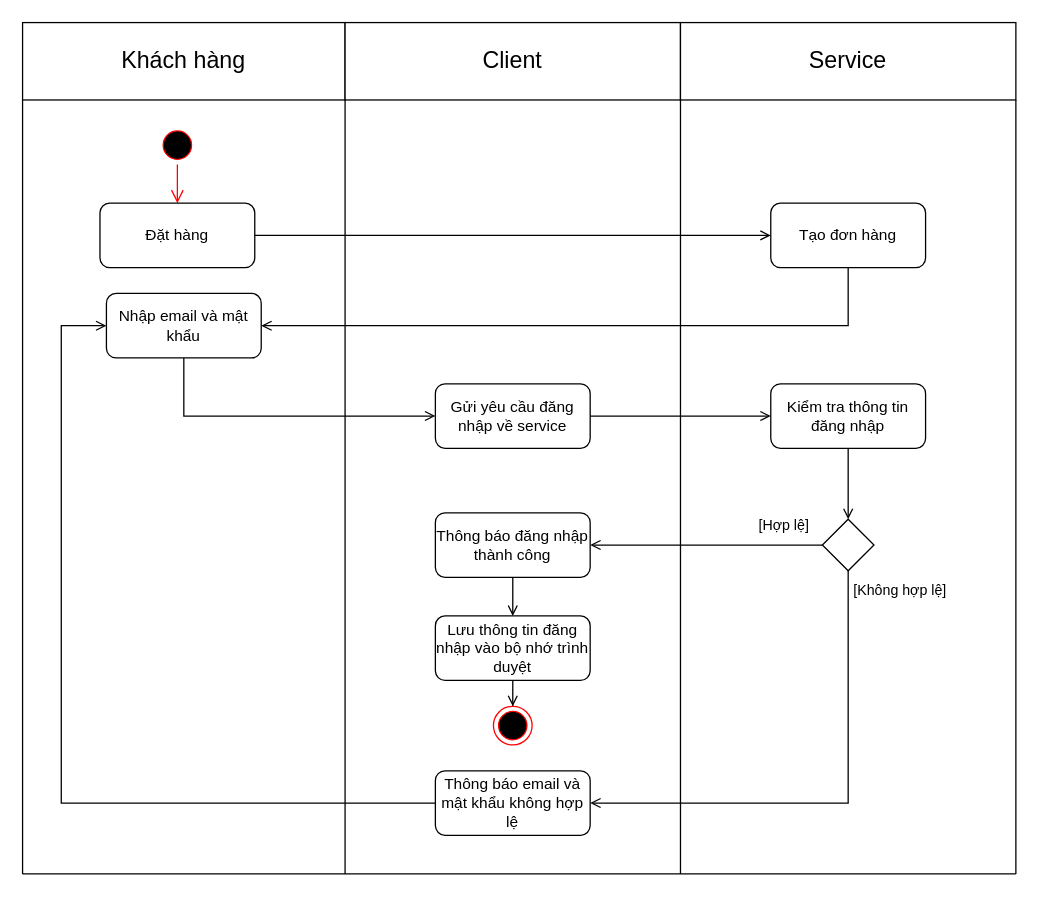
This is page "Activity Diagram (Đặt hàng)" (4 of 12) of document/diagram/PBL03.drawio from BlenDMinh/PBL03, a draw.io file, before an edit. Source tidied: cells renumbered, new cells numbered last; positions are measured from the earlier drawing's top-left corner, leaving out a move shared by most shapes. Both pictures are drawn from the tidied source at 129%, with x=0, y=0 at pixel (22, 22).
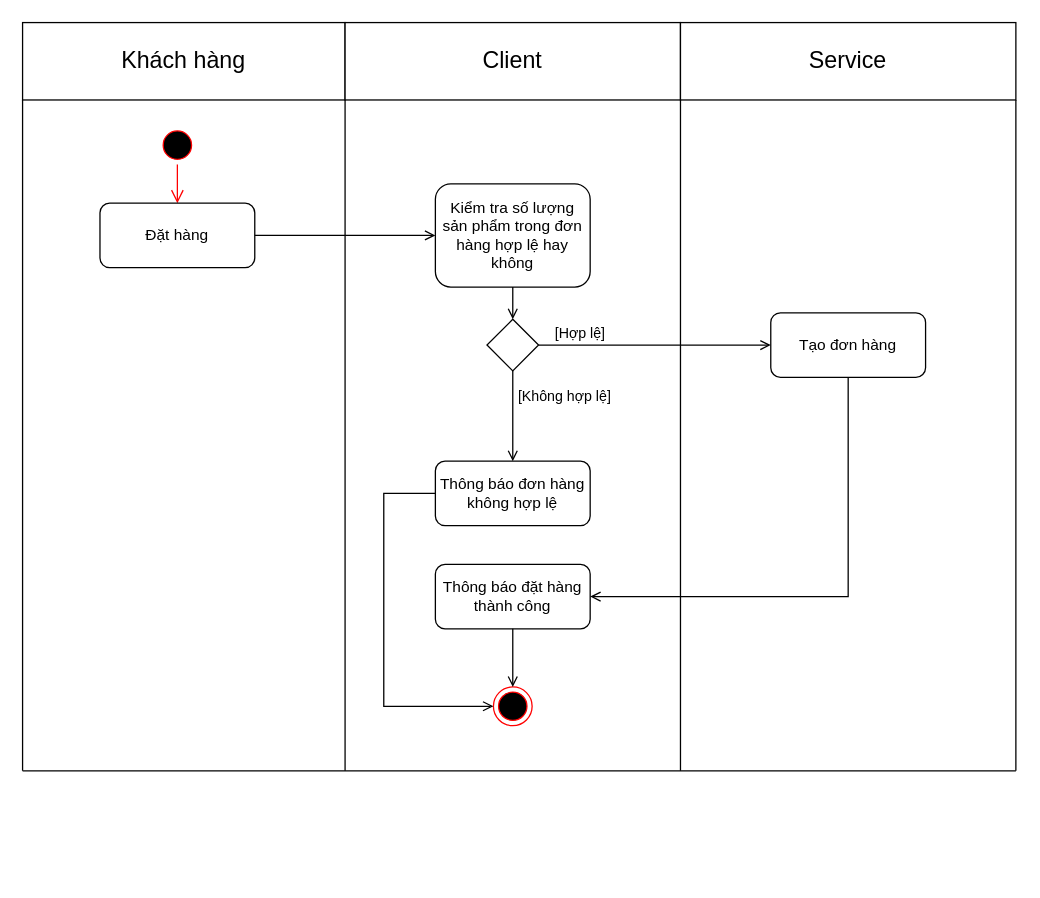
The same diagram, later.

Unchanged cells that the change refers to:
```xml
<mxCell id="5" value="&lt;font style=&quot;font-size: 18px;&quot;&gt;Khách hàng&lt;/font&gt;" style="rounded=0;whiteSpace=wrap;html=1;" parent="1" vertex="1">
  <mxGeometry width="250" height="60" as="geometry" />
</mxCell>
<mxCell id="6" value="&lt;font style=&quot;font-size: 18px;&quot;&gt;Client&lt;/font&gt;" style="rounded=0;whiteSpace=wrap;html=1;" parent="1" vertex="1">
  <mxGeometry x="250" width="260" height="60" as="geometry" />
</mxCell>
<mxCell id="7" value="&lt;font style=&quot;font-size: 18px;&quot;&gt;Service&lt;/font&gt;" style="rounded=0;whiteSpace=wrap;html=1;" parent="1" vertex="1">
  <mxGeometry x="510" width="260" height="60" as="geometry" />
</mxCell>
```

The edit, as a diff of the source:
```diff
@@
-    <mxCell id="8" value="Tạo đơn hàng" style="rounded=1;whiteSpace=wrap;html=1;" parent="1" vertex="1">
-      <mxGeometry x="580" y="140" width="120" height="50" as="geometry" />
+    <mxCell id="8" value="Kiểm tra số lượng sản phẩm trong đơn hàng hợp lệ hay không" style="rounded=1;whiteSpace=wrap;html=1;" parent="1" vertex="1">
+      <mxGeometry x="320" y="125" width="120" height="80" as="geometry" />
     </mxCell>
@@
-    <mxCell id="10" value="Nhập email và mật khẩu" style="rounded=1;whiteSpace=wrap;html=1;" parent="1" vertex="1">
-      <mxGeometry x="65" y="210" width="120" height="50" as="geometry" />
-    </mxCell>
-    <mxCell id="11" style="endArrow=open;html=1;rounded=0;exitX=0.5;exitY=1;exitDx=0;exitDy=0;entryX=1;entryY=0.5;entryDx=0;entryDy=0;endFill=0;edgeStyle=orthogonalEdgeStyle;" parent="1" edge="1" source="8" target="10">
-      <mxGeometry relative="1" as="geometry" />
-    </mxCell>
-    <mxCell id="12" style="endArrow=open;html=1;rounded=0;exitX=0.5;exitY=1;exitDx=0;exitDy=0;entryX=0;entryY=0.5;entryDx=0;entryDy=0;endFill=0;edgeStyle=orthogonalEdgeStyle;" parent="1" edge="1" source="10" target="13">
-      <mxGeometry relative="1" as="geometry" />
-    </mxCell>
-    <mxCell id="13" value="Gửi yêu cầu đăng nhập về service" style="rounded=1;whiteSpace=wrap;html=1;" parent="1" vertex="1">
-      <mxGeometry x="320" y="280" width="120" height="50" as="geometry" />
-    </mxCell>
-    <mxCell id="14" value="Kiểm tra thông tin đăng nhập" style="rounded=1;whiteSpace=wrap;html=1;" parent="1" vertex="1">
-      <mxGeometry x="580" y="280" width="120" height="50" as="geometry" />
-    </mxCell>
-    <mxCell id="15" style="endArrow=open;html=1;rounded=0;exitX=1;exitY=0.5;exitDx=0;exitDy=0;entryX=0;entryY=0.5;entryDx=0;entryDy=0;endFill=0;edgeStyle=orthogonalEdgeStyle;" parent="1" edge="1" source="13" target="14">
-      <mxGeometry relative="1" as="geometry">
-        <Array as="points">
-          <mxPoint x="560" y="305" />
-          <mxPoint x="560" y="305" />
-        </Array>
-      </mxGeometry>
-    </mxCell>
-    <mxCell id="16" style="rhombus;whiteSpace=wrap;html=1;" parent="1" vertex="1">
-      <mxGeometry x="620" y="385" width="40" height="40" as="geometry" />
-    </mxCell>
-    <mxCell id="17" style="endArrow=open;html=1;rounded=0;exitX=0.5;exitY=1;exitDx=0;exitDy=0;entryX=0.5;entryY=0;entryDx=0;entryDy=0;endFill=0;edgeStyle=orthogonalEdgeStyle;" parent="1" edge="1" source="14" target="16">
-      <mxGeometry relative="1" as="geometry" />
+    <mxCell id="17" value="[Không hợp lệ]" style="endArrow=open;html=1;rounded=0;exitX=0.5;exitY=1;exitDx=0;exitDy=0;entryX=0.5;entryY=0;entryDx=0;entryDy=0;endFill=0;edgeStyle=orthogonalEdgeStyle;" parent="1" edge="1" source="34" target="19">
+      <mxGeometry x="-0.43" y="40" relative="1" as="geometry" />
     </mxCell>
-    <mxCell id="18" value="[Hợp lệ]" style="endArrow=open;html=1;rounded=0;exitX=0;exitY=0.5;exitDx=0;exitDy=0;endFill=0;edgeStyle=orthogonalEdgeStyle;entryX=1;entryY=0.5;entryDx=0;entryDy=0;" parent="1" edge="1" source="16" target="19">
-      <mxGeometry x="-0.67" y="-15" relative="1" as="geometry" />
-    </mxCell>
-    <mxCell id="19" value="Thông báo đăng nhập thành công" style="rounded=1;whiteSpace=wrap;html=1;" parent="1" vertex="1">
-      <mxGeometry x="320" y="380" width="120" height="50" as="geometry" />
+    <mxCell id="19" value="Thông báo đơn hàng không hợp lệ" style="rounded=1;whiteSpace=wrap;html=1;" parent="1" vertex="1">
+      <mxGeometry x="320" y="340" width="120" height="50" as="geometry" />
     </mxCell>
-    <mxCell id="20" value="Thông báo email và mật khẩu không hợp lệ" style="rounded=1;whiteSpace=wrap;html=1;" parent="1" vertex="1">
-      <mxGeometry x="320" y="580" width="120" height="50" as="geometry" />
-    </mxCell>
-    <mxCell id="21" value="[Không hợp lệ]" style="endArrow=open;html=1;rounded=0;exitX=0.5;exitY=1;exitDx=0;exitDy=0;endFill=0;edgeStyle=orthogonalEdgeStyle;entryX=1;entryY=0.5;entryDx=0;entryDy=0;" parent="1" edge="1" source="16" target="20">
-      <mxGeometry x="-0.92" y="40" relative="1" as="geometry">
-        <Array as="points">
-          <mxPoint x="640" y="605" />
-        </Array>
-      </mxGeometry>
-    </mxCell>
-    <mxCell id="22" style="edgeStyle=orthogonalEdgeStyle;rounded=0;jettySize=auto;html=1;entryX=0.5;entryY=0;entryDx=0;entryDy=0;endArrow=open;endFill=0;" parent="1" edge="1" source="23" target="25">
-      <mxGeometry relative="1" as="geometry" />
-    </mxCell>
-    <mxCell id="23" value="Lưu thông tin đăng nhập vào bộ nhớ trình duyệt" style="rounded=1;whiteSpace=wrap;html=1;" parent="1" vertex="1">
-      <mxGeometry x="320" y="460" width="120" height="50" as="geometry" />
-    </mxCell>
-    <mxCell id="24" style="endArrow=open;html=1;rounded=0;exitX=0.5;exitY=1;exitDx=0;exitDy=0;endFill=0;edgeStyle=orthogonalEdgeStyle;entryX=0.5;entryY=0;entryDx=0;entryDy=0;" parent="1" edge="1" source="19" target="23">
-      <mxGeometry relative="1" as="geometry" />
-    </mxCell>
-    <mxCell id="25" style="ellipse;html=1;shape=endState;fillColor=#000000;strokeColor=#ff0000;" parent="1" vertex="1">
-      <mxGeometry x="365" y="530" width="30" height="30" as="geometry" />
-    </mxCell>
-    <mxCell id="26" style="endArrow=open;html=1;rounded=0;exitX=0;exitY=0.5;exitDx=0;exitDy=0;endFill=0;edgeStyle=orthogonalEdgeStyle;entryX=0;entryY=0.5;entryDx=0;entryDy=0;" parent="1" edge="1" source="20" target="10">
-      <mxGeometry relative="1" as="geometry">
-        <Array as="points">
-          <mxPoint x="30" y="605" />
-          <mxPoint x="30" y="235" />
-        </Array>
-      </mxGeometry>
-    </mxCell>
     <mxCell id="27" style="endArrow=none;html=1;rounded=0;entryX=0;entryY=1;entryDx=0;entryDy=0;" parent="1" edge="1" target="5">
       <mxGeometry relative="1" as="geometry">
-        <mxPoint y="660" as="sourcePoint" />
+        <mxPoint y="580" as="sourcePoint" />
       </mxGeometry>
     </mxCell>
     <mxCell id="28" style="endArrow=none;html=1;rounded=0;entryX=1;entryY=1;entryDx=0;entryDy=0;" parent="1" edge="1" target="5">
       <mxGeometry relative="1" as="geometry">
-        <mxPoint x="250" y="660" as="sourcePoint" />
+        <mxPoint x="250" y="580" as="sourcePoint" />
       </mxGeometry>
     </mxCell>
     <mxCell id="29" style="endArrow=none;html=1;rounded=0;entryX=1;entryY=1;entryDx=0;entryDy=0;" parent="1" edge="1" target="6">
       <mxGeometry relative="1" as="geometry">
-        <mxPoint x="510" y="660" as="sourcePoint" />
+        <mxPoint x="510" y="580" as="sourcePoint" />
       </mxGeometry>
     </mxCell>
     <mxCell id="30" style="endArrow=none;html=1;rounded=0;entryX=1;entryY=1;entryDx=0;entryDy=0;" parent="1" edge="1" target="7">
       <mxGeometry relative="1" as="geometry">
-        <mxPoint x="770" y="660" as="sourcePoint" />
+        <mxPoint x="770" y="580" as="sourcePoint" />
       </mxGeometry>
     </mxCell>
     <mxCell id="31" style="endArrow=none;html=1;rounded=0;" parent="1" edge="1">
       <mxGeometry relative="1" as="geometry">
-        <mxPoint y="660" as="sourcePoint" />
-        <mxPoint x="770" y="660" as="targetPoint" />
+        <mxPoint y="580" as="sourcePoint" />
+        <mxPoint x="770" y="580" as="targetPoint" />
       </mxGeometry>
     </mxCell>
+    <mxCell id="32" value="Tạo đơn hàng" style="rounded=1;whiteSpace=wrap;html=1;" parent="1" vertex="1">
+      <mxGeometry x="580" y="225" width="120" height="50" as="geometry" />
+    </mxCell>
+    <mxCell id="33" style="endArrow=open;html=1;rounded=0;exitX=1;exitY=0.5;exitDx=0;exitDy=0;entryX=0;entryY=0.5;entryDx=0;entryDy=0;endFill=0;" parent="1" edge="1" source="34" target="32">
+      <mxGeometry relative="1" as="geometry" />
+    </mxCell>
+    <mxCell id="18" value="[Hợp lệ]" style="edgeLabel;html=1;align=center;verticalAlign=middle;" parent="33" vertex="1">
+      <mxGeometry x="-0.66" y="2" relative="1" as="geometry">
+        <mxPoint y="-8" as="offset" />
+      </mxGeometry>
+    </mxCell>
+    <mxCell id="34" style="rhombus;whiteSpace=wrap;html=1;" parent="1" vertex="1">
+      <mxGeometry x="360" y="230" width="40" height="40" as="geometry" />
+    </mxCell>
+    <mxCell id="35" style="endArrow=open;html=1;rounded=0;exitX=0.5;exitY=1;exitDx=0;exitDy=0;entryX=0.5;entryY=0;entryDx=0;entryDy=0;endFill=0;" parent="1" edge="1" source="8" target="34">
+      <mxGeometry relative="1" as="geometry" />
+    </mxCell>
+    <mxCell id="36" style="endArrow=open;html=1;rounded=0;exitX=0.5;exitY=1;exitDx=0;exitDy=0;endFill=0;entryX=1;entryY=0.5;entryDx=0;entryDy=0;edgeStyle=orthogonalEdgeStyle;" parent="1" edge="1" source="32" target="37">
+      <mxGeometry relative="1" as="geometry" />
+    </mxCell>
+    <mxCell id="37" value="Thông báo đặt hàng thành công" style="rounded=1;whiteSpace=wrap;html=1;" parent="1" vertex="1">
+      <mxGeometry x="320" y="420" width="120" height="50" as="geometry" />
+    </mxCell>
+    <mxCell id="38" style="ellipse;html=1;shape=endState;fillColor=#000000;strokeColor=#ff0000;" parent="1" vertex="1">
+      <mxGeometry x="365" y="515" width="30" height="30" as="geometry" />
+    </mxCell>
+    <mxCell id="39" style="endArrow=open;html=1;rounded=0;exitX=0.5;exitY=1;exitDx=0;exitDy=0;endFill=0;entryX=0.5;entryY=0;entryDx=0;entryDy=0;edgeStyle=orthogonalEdgeStyle;" parent="1" edge="1" source="37" target="38">
+      <mxGeometry relative="1" as="geometry" />
+    </mxCell>
+    <mxCell id="40" style="endArrow=open;html=1;rounded=0;exitX=0;exitY=0.5;exitDx=0;exitDy=0;endFill=0;entryX=0;entryY=0.5;entryDx=0;entryDy=0;edgeStyle=orthogonalEdgeStyle;" parent="1" edge="1" source="19" target="38">
+      <mxGeometry relative="1" as="geometry">
+        <Array as="points">
+          <mxPoint x="280" y="365" />
+          <mxPoint x="280" y="530" />
+        </Array>
+      </mxGeometry>
+    </mxCell>
```
